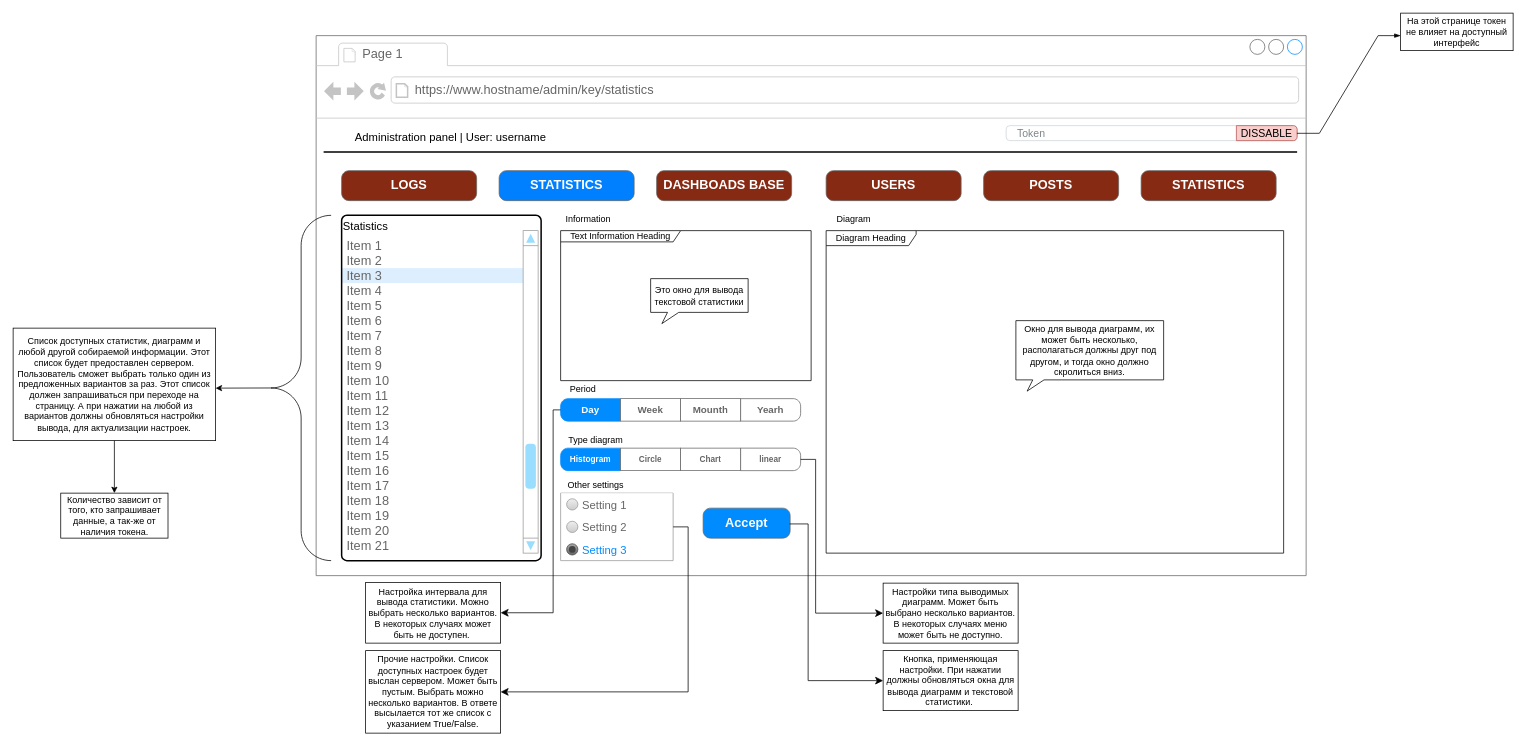
Above: statistics_page.drawio in ZeQipe/adminPanel (draw.io), before the change. Source tidied: cells renumbered, new cells numbered last; positions are measured from the earlier drawing's top-left corner, leaving out a move shared by most shapes. Both pictures are drawn from the tidied source at 75%, with x=0, y=0 at pixel (13, 13).
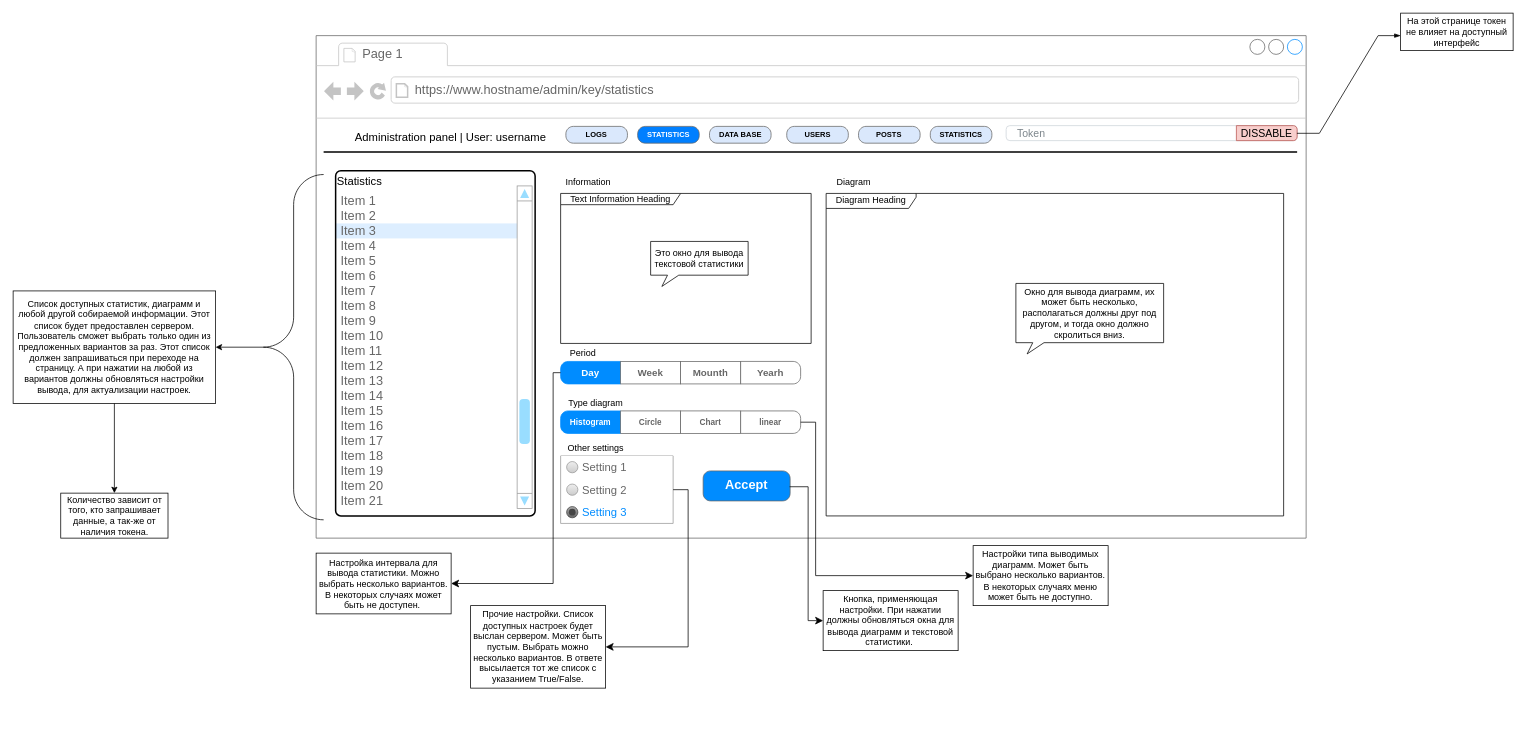
The same diagram, later.

Commit message:
Statistics Page FIX

Diff of the diagram source:
```diff
@@
     <mxCell id="2" style="strokeWidth=1;shadow=0;dashed=0;align=left;html=1;shape=mxgraph.mockup.containers.browserWindow;rSize=0;strokeColor=#666666;strokeColor2=#008cff;strokeColor3=#c4c4c4;mainText=,;" parent="1" vertex="1">
-      <mxGeometry x="404" y="30" width="1320" height="720" as="geometry" />
+      <mxGeometry x="404" y="30" width="1320" height="670" as="geometry" />
     </mxCell>
     <mxCell id="3" value="&lt;font style=&quot;font-size: 15px;&quot; color=&quot;#000000&quot;&gt;Statistics&lt;/font&gt;" style="swimlane;strokeColor=none;swimlaneFillColor=#FFFFFF;fillColor=#ffffff;fontColor=#008CFF;fontStyle=0;horizontal=1;startSize=30;whiteSpace=wrap;html=1;fontSize=17;align=left;" parent="2" vertex="1">
-      <mxGeometry x="34" y="240" width="246" height="450" as="geometry" />
+      <mxGeometry x="26" y="180.4" width="246" height="450" as="geometry" />
     </mxCell>
@@
-    <mxCell id="31" style="group;" parent="2" vertex="1">
-      <mxGeometry x="34" y="180" width="1230" height="40" as="geometry" />
-    </mxCell>
-    <mxCell id="32" value="LOGS" style="strokeWidth=1;shadow=0;dashed=0;align=center;html=1;shape=mxgraph.mockup.buttons.button;strokeColor=#666666;fontColor=#ffffff;mainText=;buttonStyle=round;fontSize=17;fontStyle=1;fillColor=#872A13;whiteSpace=wrap;" parent="31" vertex="1">
-      <mxGeometry width="180" height="40" as="geometry" />
-    </mxCell>
-    <mxCell id="33" value="STATISTICS" style="strokeWidth=1;shadow=0;dashed=0;align=center;html=1;shape=mxgraph.mockup.buttons.button;strokeColor=#666666;fontColor=#ffffff;mainText=;buttonStyle=round;fontSize=17;fontStyle=1;fillColor=#007FFF;whiteSpace=wrap;" parent="31" vertex="1">
-      <mxGeometry x="210" width="180" height="40" as="geometry" />
-    </mxCell>
-    <mxCell id="34" value="DASHBOADS BASE" style="strokeWidth=1;shadow=0;dashed=0;align=center;html=1;shape=mxgraph.mockup.buttons.button;strokeColor=#666666;fontColor=#ffffff;mainText=;buttonStyle=round;fontSize=17;fontStyle=1;fillColor=#872A13;whiteSpace=wrap;" parent="31" vertex="1">
-      <mxGeometry x="420" width="180" height="40" as="geometry" />
-    </mxCell>
-    <mxCell id="35" value="USERS" style="strokeWidth=1;shadow=0;dashed=0;align=center;html=1;shape=mxgraph.mockup.buttons.button;strokeColor=#666666;fontColor=#ffffff;mainText=;buttonStyle=round;fontSize=17;fontStyle=1;fillColor=#872A13;whiteSpace=wrap;" parent="31" vertex="1">
-      <mxGeometry x="646" width="180" height="40" as="geometry" />
-    </mxCell>
-    <mxCell id="36" value="POSTS" style="strokeWidth=1;shadow=0;dashed=0;align=center;html=1;shape=mxgraph.mockup.buttons.button;strokeColor=#666666;fontColor=#ffffff;mainText=;buttonStyle=round;fontSize=17;fontStyle=1;fillColor=#872A13;whiteSpace=wrap;" parent="31" vertex="1">
-      <mxGeometry x="856" width="180" height="40" as="geometry" />
-    </mxCell>
-    <mxCell id="37" value="STATISTICS" style="strokeWidth=1;shadow=0;dashed=0;align=center;html=1;shape=mxgraph.mockup.buttons.button;strokeColor=#666666;fontColor=#ffffff;mainText=;buttonStyle=round;fontSize=17;fontStyle=1;fillColor=#872A13;whiteSpace=wrap;" parent="31" vertex="1">
-      <mxGeometry x="1066" width="180" height="40" as="geometry" />
-    </mxCell>
     <mxCell id="38" value="Text Information Heading" style="shape=umlFrame;whiteSpace=wrap;html=1;width=160;height=15;" parent="2" vertex="1">
-      <mxGeometry x="326" y="260" width="334" height="200" as="geometry" />
+      <mxGeometry x="326" y="210.4" width="334" height="200" as="geometry" />
     </mxCell>
@@
     <mxCell id="40" value="Diagram Heading" style="shape=umlFrame;whiteSpace=wrap;html=1;width=120;height=20;" parent="2" vertex="1">
-      <mxGeometry x="680" y="260" width="610" height="430" as="geometry" />
+      <mxGeometry x="680" y="210.4" width="610" height="430" as="geometry" />
     </mxCell>
     <mxCell id="41" value="Period" style="text;html=1;align=center;verticalAlign=middle;whiteSpace=wrap;rounded=0;" parent="2" vertex="1">
-      <mxGeometry x="326" y="460" width="60" height="24.2" as="geometry" />
+      <mxGeometry x="326" y="410.4" width="60" height="24.2" as="geometry" />
     </mxCell>
     <mxCell id="42" style="swimlane;shape=mxgraph.bootstrap.anchor;strokeColor=#666666;fillColor=#ffffff;fontColor=#666666;fontStyle=0;horizontal=0;startSize=0;whiteSpace=wrap;html=1;fontSize=10;" parent="2" vertex="1">
-      <mxGeometry x="326" y="484" width="320" height="30" as="geometry" />
+      <mxGeometry x="326" y="434.4" width="320" height="30" as="geometry" />
     </mxCell>
@@
     <mxCell id="47" style="swimlane;shape=mxgraph.bootstrap.anchor;strokeColor=#666666;fillColor=#ffffff;fontColor=#666666;fontStyle=0;horizontal=0;startSize=0;whiteSpace=wrap;html=1;fontSize=10;" parent="2" vertex="1">
-      <mxGeometry x="326" y="550" width="320" height="30" as="geometry" />
+      <mxGeometry x="326" y="500.4" width="320" height="30" as="geometry" />
     </mxCell>
@@
     <mxCell id="52" value="Type diagram" style="text;html=1;align=center;verticalAlign=middle;whiteSpace=wrap;rounded=0;" parent="2" vertex="1">
-      <mxGeometry x="326" y="530" width="94" height="20" as="geometry" />
+      <mxGeometry x="326" y="480.4" width="94" height="20" as="geometry" />
     </mxCell>
     <mxCell id="53" value="Information" style="text;html=1;align=center;verticalAlign=middle;whiteSpace=wrap;rounded=0;" parent="2" vertex="1">
-      <mxGeometry x="326" y="230" width="74" height="30" as="geometry" />
+      <mxGeometry x="326" y="180.4" width="74" height="30" as="geometry" />
     </mxCell>
     <mxCell id="54" value="Diagram" style="text;html=1;align=center;verticalAlign=middle;whiteSpace=wrap;rounded=0;" parent="2" vertex="1">
-      <mxGeometry x="680" y="230" width="74" height="30" as="geometry" />
+      <mxGeometry x="680" y="180.4" width="74" height="30" as="geometry" />
     </mxCell>
     <mxCell id="55" style="swimlane;strokeColor=#999999;swimlaneFillColor=#FFFFFF;fillColor=#ffffff;fontColor=#666666;fontStyle=0;horizontal=1;startSize=0;whiteSpace=wrap;html=1;" parent="2" vertex="1">
-      <mxGeometry x="326" y="610" width="150" height="90" as="geometry" />
+      <mxGeometry x="326" y="560.4" width="150" height="90" as="geometry" />
     </mxCell>
@@
     <mxCell id="63" value="Other settings" style="text;html=1;align=center;verticalAlign=middle;whiteSpace=wrap;rounded=0;" parent="2" vertex="1">
-      <mxGeometry x="326" y="590" width="94" height="20" as="geometry" />
+      <mxGeometry x="326" y="540.4" width="94" height="20" as="geometry" />
     </mxCell>
     <mxCell id="64" value="Accept" style="strokeWidth=1;shadow=0;dashed=0;align=center;html=1;shape=mxgraph.mockup.buttons.button;strokeColor=#666666;fontColor=#ffffff;mainText=;buttonStyle=round;fontSize=17;fontStyle=1;fillColor=#008cff;whiteSpace=wrap;" parent="2" vertex="1">
-      <mxGeometry x="516" y="630" width="116" height="40" as="geometry" />
+      <mxGeometry x="516" y="580.4" width="116" height="40" as="geometry" />
     </mxCell>
     <mxCell id="65" style="verticalLabelPosition=bottom;shadow=0;dashed=0;align=center;html=1;verticalAlign=top;strokeWidth=1;shape=mxgraph.mockup.navigation.scrollBar;strokeColor=#999999;barPos=20;fillColor2=#99ddff;strokeColor2=none;direction=north;" parent="2" vertex="1">
-      <mxGeometry x="276" y="260" width="20" height="430" as="geometry" />
+      <mxGeometry x="268" y="200.4" width="20" height="430" as="geometry" />
     </mxCell>
     <mxCell id="66" style="rounded=1;whiteSpace=wrap;html=1;absoluteArcSize=1;arcSize=14;strokeWidth=2;fillColor=none;" parent="2" vertex="1">
-      <mxGeometry x="34" y="239.6" width="266" height="460.4" as="geometry" />
+      <mxGeometry x="26" y="180" width="266" height="460.4" as="geometry" />
     </mxCell>
-    <mxCell id="67" style="labelPosition=right;align=left;strokeWidth=1;shape=mxgraph.mockup.markup.curlyBrace;html=1;shadow=0;dashed=0;strokeColor=#000000;direction=north;" parent="2" vertex="1">
-      <mxGeometry x="-60" y="239.6" width="80" height="460.4" as="geometry" />
-    </mxCell>
     <mxCell id="68" value="Окно для вывода диаграмм, их может быть несколько, располагаться должны друг под другом, и тогда окно должно скролиться вниз." style="whiteSpace=wrap;html=1;shape=mxgraph.basic.rectCallout;dx=30;dy=15;boundedLbl=1;" parent="2" vertex="1">
-      <mxGeometry x="933" y="380" width="197" height="94" as="geometry" />
+      <mxGeometry x="933" y="330.4" width="197" height="94" as="geometry" />
     </mxCell>
+    <mxCell id="31" style="group;" parent="2" vertex="1">
+      <mxGeometry x="333" y="121" width="568" height="23" as="geometry" />
+    </mxCell>
+    <mxCell id="32" value="LOGS" style="strokeWidth=1;shadow=0;dashed=0;align=center;html=1;shape=mxgraph.mockup.buttons.button;strokeColor=#666666;fontColor=#000000;mainText=;buttonStyle=round;fontSize=10;fontStyle=1;fillColor=#DAE8FC;whiteSpace=wrap;" parent="31" vertex="1">
+      <mxGeometry width="82.1" height="22.4" as="geometry" />
+    </mxCell>
+    <mxCell id="33" value="STATISTICS" style="strokeWidth=1;shadow=0;dashed=0;align=center;html=1;shape=mxgraph.mockup.buttons.button;strokeColor=#666666;fontColor=#ffffff;mainText=;buttonStyle=round;fontSize=10;fontStyle=1;fillColor=#007FFF;whiteSpace=wrap;" parent="31" vertex="1">
+      <mxGeometry x="95.7" width="82.1" height="22.4" as="geometry" />
+    </mxCell>
+    <mxCell id="34" value="DATA BASE" style="strokeWidth=1;shadow=0;dashed=0;align=center;html=1;shape=mxgraph.mockup.buttons.button;strokeColor=#666666;fontColor=#000000;mainText=;buttonStyle=round;fontSize=10;fontStyle=1;fillColor=#DAE8FC;whiteSpace=wrap;" parent="31" vertex="1">
+      <mxGeometry x="191.5" width="82.1" height="22.4" as="geometry" />
+    </mxCell>
+    <mxCell id="35" value="USERS" style="strokeWidth=1;shadow=0;dashed=0;align=center;html=1;shape=mxgraph.mockup.buttons.button;strokeColor=#666666;fontColor=#000000;mainText=;buttonStyle=round;fontSize=10;fontStyle=1;fillColor=#DAE8FC;whiteSpace=wrap;" parent="31" vertex="1">
+      <mxGeometry x="294.5" width="82.1" height="22.4" as="geometry" />
+    </mxCell>
+    <mxCell id="36" value="POSTS" style="strokeWidth=1;shadow=0;dashed=0;align=center;html=1;shape=mxgraph.mockup.buttons.button;strokeColor=#666666;fontColor=#000000;mainText=;buttonStyle=round;fontSize=10;fontStyle=1;fillColor=#DAE8FC;whiteSpace=wrap;" parent="31" vertex="1">
+      <mxGeometry x="390.2" width="82.1" height="22.4" as="geometry" />
+    </mxCell>
+    <mxCell id="37" value="STATISTICS" style="strokeWidth=1;shadow=0;dashed=0;align=center;html=1;shape=mxgraph.mockup.buttons.button;strokeColor=#666666;fontColor=#000000;mainText=;buttonStyle=round;fontSize=10;fontStyle=1;fillColor=#DAE8FC;whiteSpace=wrap;" parent="31" vertex="1">
+      <mxGeometry x="485.9" width="82.1" height="22.4" as="geometry" />
+    </mxCell>
@@
-    <mxCell id="71" style="endArrow=classic;html=1;rounded=0;exitX=0.5;exitY=0.009;exitDx=0;exitDy=0;exitPerimeter=0;" parent="1" edge="1" source="67">
-      <mxGeometry relative="1" as="geometry">
-        <mxPoint x="270" y="500" as="targetPoint" />
-      </mxGeometry>
+    <mxCell id="71" style="endArrow=classic;html=1;rounded=0;exitX=0.5;exitY=0.009;exitDx=0;exitDy=0;exitPerimeter=0;entryX=1;entryY=0.5;entryDx=0;entryDy=0;" parent="1" edge="1" source="67" target="72">
+      <mxGeometry relative="1" as="geometry" />
     </mxCell>
     <mxCell id="72" value="Список доступных статистик, диаграмм и любой другой собираемой информации. Этот список будет предоставлен сервером. Пользователь сможет выбрать только один из предложенных вариантов за раз. Этот список должен запрашиваться при переходе на страницу. А при нажатии на любой из вариантов должны обновляться настройки вывода, для актуализации настроек." style="rounded=0;whiteSpace=wrap;html=1;" parent="1" vertex="1">
-      <mxGeometry y="420" width="270" height="150" as="geometry" />
+      <mxGeometry y="370.4" width="270" height="150" as="geometry" />
     </mxCell>
@@
     <mxCell id="79" value="Настройки типа выводимых диаграмм. Может быть выбрано несколько вариантов. В некоторых случаях меню может быть не доступно." style="rounded=0;whiteSpace=wrap;html=1;" parent="1" vertex="1">
-      <mxGeometry x="1160" y="760" width="180" height="80" as="geometry" />
+      <mxGeometry x="1280" y="710" width="180" height="80" as="geometry" />
     </mxCell>
     <mxCell id="80" value="Кнопка, применяющая настройки. При нажатии должны обновляться окна для вывода диаграмм и текстовой статистики.&amp;nbsp;" style="rounded=0;whiteSpace=wrap;html=1;" parent="1" vertex="1">
-      <mxGeometry x="1160" y="850" width="180" height="80" as="geometry" />
+      <mxGeometry x="1080" y="770" width="180" height="80" as="geometry" />
     </mxCell>
     <mxCell id="81" value="Прочие настройки. Список доступных настроек будет выслан сервером. Может быть пустым. Выбрать можно несколько вариантов. В ответе высылается тот же список с указанием True/False." style="rounded=0;whiteSpace=wrap;html=1;" parent="1" vertex="1">
-      <mxGeometry x="470" y="850" width="180" height="110" as="geometry" />
+      <mxGeometry x="610" y="790" width="180" height="110" as="geometry" />
     </mxCell>
     <mxCell id="82" value="Настройка интервала для вывода статистики. Можно выбрать несколько вариантов. В некоторых случаях может быть не доступен.&amp;nbsp;" style="rounded=0;whiteSpace=wrap;html=1;" parent="1" vertex="1">
-      <mxGeometry x="470" y="759" width="180" height="81" as="geometry" />
+      <mxGeometry x="404" y="720" width="180" height="81" as="geometry" />
     </mxCell>
+    <mxCell id="67" style="labelPosition=right;align=left;strokeWidth=1;shape=mxgraph.mockup.markup.curlyBrace;html=1;shadow=0;dashed=0;strokeColor=#000000;direction=north;" parent="1" vertex="1">
+      <mxGeometry x="334" y="215.2" width="80" height="460.4" as="geometry" />
+    </mxCell>
```
